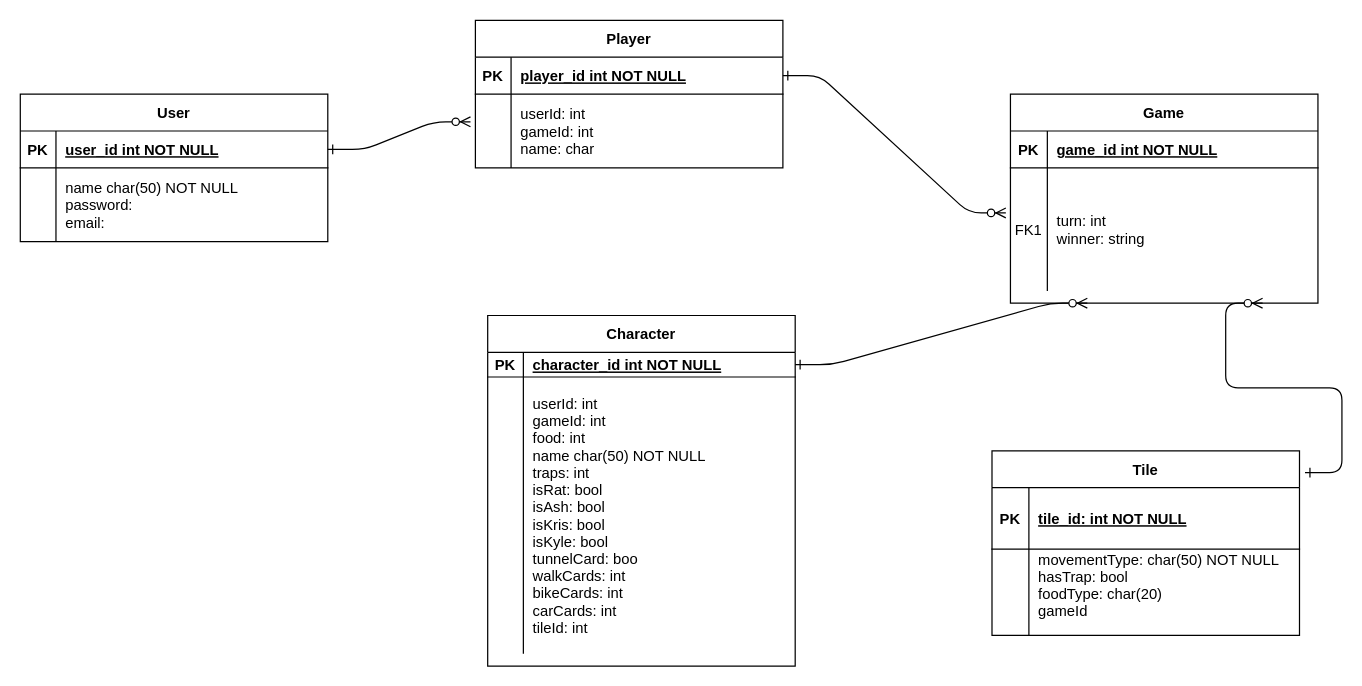
Before: Untitled Diagram.drawio in sebaterrazas/ERdiagram, a draw.io diagram. Source tidied: cells renumbered, new cells numbered last; positions are measured from the earlier drawing's top-left corner, leaving out a move shared by most shapes. Both pictures are drawn from the tidied source at 123%, with x=0, y=0 at pixel (20, 20).
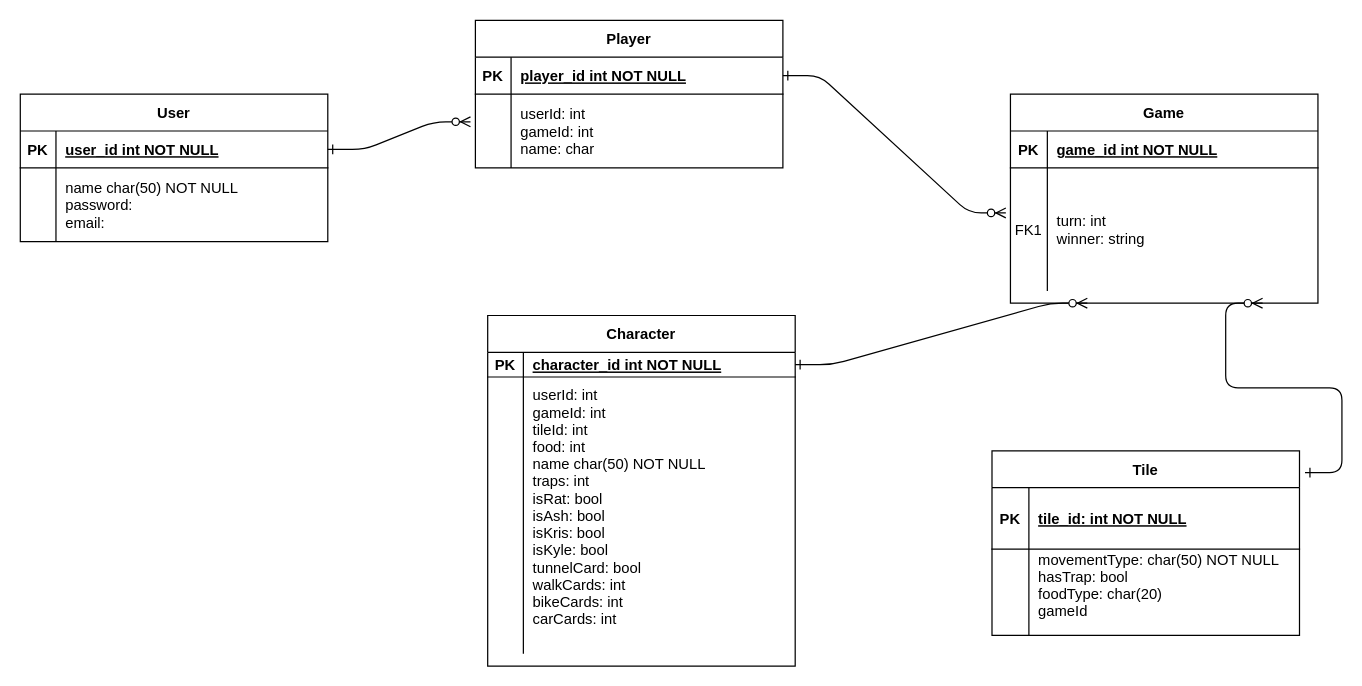
The same page after the edit.

Unchanged cells that the change refers to:
```xml
<mxCell id="13" style="shape=partialRectangle;fillColor=none;top=0;left=0;right=0;bottom=0;" parent="9" vertex="1">
  <mxGeometry y="50" width="250" height="225" as="geometry" />
</mxCell>
```

Diff of the diagram source:
```diff
@@
-    <mxCell id="15" value="userId: int&#10;gameId: int&#10;food: int&#10;name char(50) NOT NULL&#10;traps: int&#10;isRat: bool&#10;isAsh: bool&#10;isKris: bool&#10;isKyle: bool&#10;tunnelCard: boo&#10;walkCards: int&#10;bikeCards: int&#10;carCards: int&#10;tileId: int" style="shape=partialRectangle;overflow=hidden;fillColor=none;top=0;left=0;bottom=0;right=0;align=left;spacingLeft=6;" parent="13" vertex="1">
+    <mxCell id="15" value="userId: int&#10;gameId: int&#10;tileId: int&#10;food: int&#10;name char(50) NOT NULL&#10;traps: int&#10;isRat: bool&#10;isAsh: bool&#10;isKris: bool&#10;isKyle: bool&#10;tunnelCard: bool&#10;walkCards: int&#10;bikeCards: int&#10;carCards: int&#10;" style="shape=partialRectangle;overflow=hidden;fillColor=none;top=0;left=0;bottom=0;right=0;align=left;spacingLeft=6;" parent="13" vertex="1">
       <mxGeometry x="29" width="221" height="225" as="geometry" />
     </mxCell>
```
